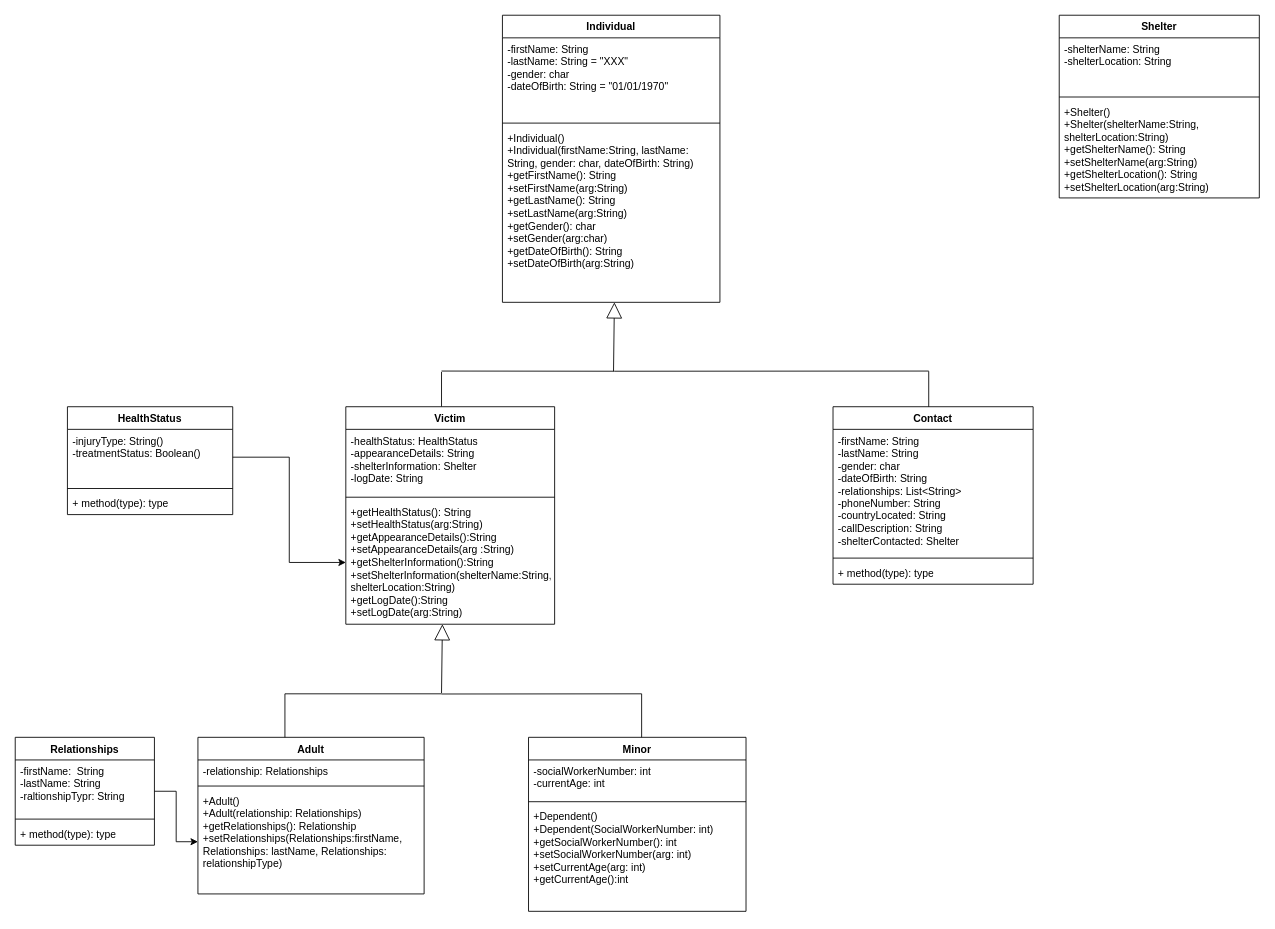
The draw.io diagram 25.drawio in ENSF-380-Group-25/Project-1, before the edit. Source tidied: cells renumbered, new cells numbered last; positions are measured from the earlier drawing's top-left corner, leaving out a move shared by most shapes. Both pictures are drawn from the tidied source at 87%, with x=0, y=0 at pixel (15, 15).
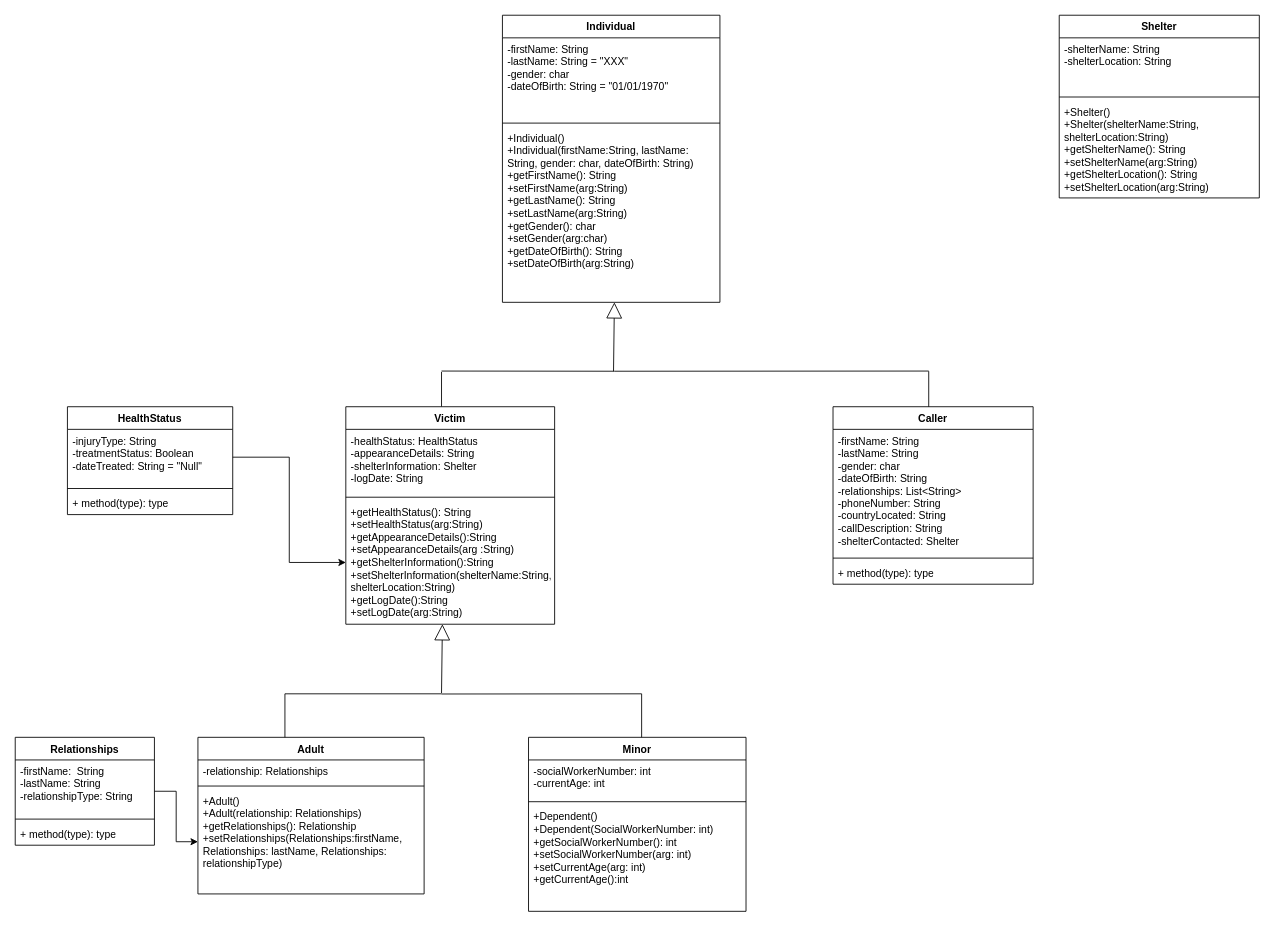
Above is the later version.

Unchanged cells that the change refers to:
```xml
<mxCell id="23" value="Relationships" style="swimlane;fontStyle=1;align=center;verticalAlign=top;horizontal=1;startSize=26;whiteSpace=wrap;html=1;" parent="1" vertex="1">
  <mxGeometry y="830" width="160" height="124" as="geometry" />
</mxCell>
<mxCell id="41" value="HealthStatus" style="swimlane;fontStyle=1;align=center;verticalAlign=top;horizontal=1;startSize=26;whiteSpace=wrap;html=1;" parent="1" vertex="1">
  <mxGeometry x="60" y="450" width="190" height="124" as="geometry" />
</mxCell>
```

What changed in the source:
```diff
@@
-    <mxCell id="14" value="Contact" style="swimlane;fontStyle=1;align=center;verticalAlign=top;horizontal=1;startSize=26;whiteSpace=wrap;html=1;" parent="1" vertex="1">
+    <mxCell id="14" value="Caller" style="swimlane;fontStyle=1;align=center;verticalAlign=top;horizontal=1;startSize=26;whiteSpace=wrap;html=1;" parent="1" vertex="1">
       <mxGeometry x="940" y="450" width="230" height="204" as="geometry" />
     </mxCell>
@@
-    <mxCell id="24" value="-firstName:&amp;nbsp; String&lt;div&gt;-lastName: String&lt;/div&gt;&lt;div&gt;-raltionshipTypr: String&lt;/div&gt;" style="text;strokeColor=none;fillColor=none;align=left;verticalAlign=top;spacingLeft=4;spacingRight=4;overflow=hidden;whiteSpace=wrap;html=1;" parent="23" vertex="1">
+    <mxCell id="24" value="-firstName:&amp;nbsp; String&lt;div&gt;-lastName: String&lt;/div&gt;&lt;div&gt;-relationshipType: String&lt;/div&gt;" style="text;strokeColor=none;fillColor=none;align=left;verticalAlign=top;spacingLeft=4;spacingRight=4;overflow=hidden;whiteSpace=wrap;html=1;" parent="23" vertex="1">
       <mxGeometry y="26" width="160" height="64" as="geometry" />
     </mxCell>
@@
-    <mxCell id="42" value="-injuryType: String()&lt;div&gt;-treatmentStatus: Boolean()&lt;/div&gt;" style="text;strokeColor=none;fillColor=none;align=left;verticalAlign=top;spacingLeft=4;spacingRight=4;overflow=hidden;points=[[0,0.5],[1,0.5]];portConstraint=eastwest;whiteSpace=wrap;html=1;" parent="41" vertex="1">
+    <mxCell id="42" value="-injuryType: String&lt;div&gt;-treatmentStatus: Boolean&lt;/div&gt;&lt;div&gt;-dateTreated: String = &quot;Null&quot;&lt;/div&gt;" style="text;strokeColor=none;fillColor=none;align=left;verticalAlign=top;spacingLeft=4;spacingRight=4;overflow=hidden;points=[[0,0.5],[1,0.5]];portConstraint=eastwest;whiteSpace=wrap;html=1;" parent="41" vertex="1">
       <mxGeometry y="26" width="190" height="64" as="geometry" />
     </mxCell>
```
